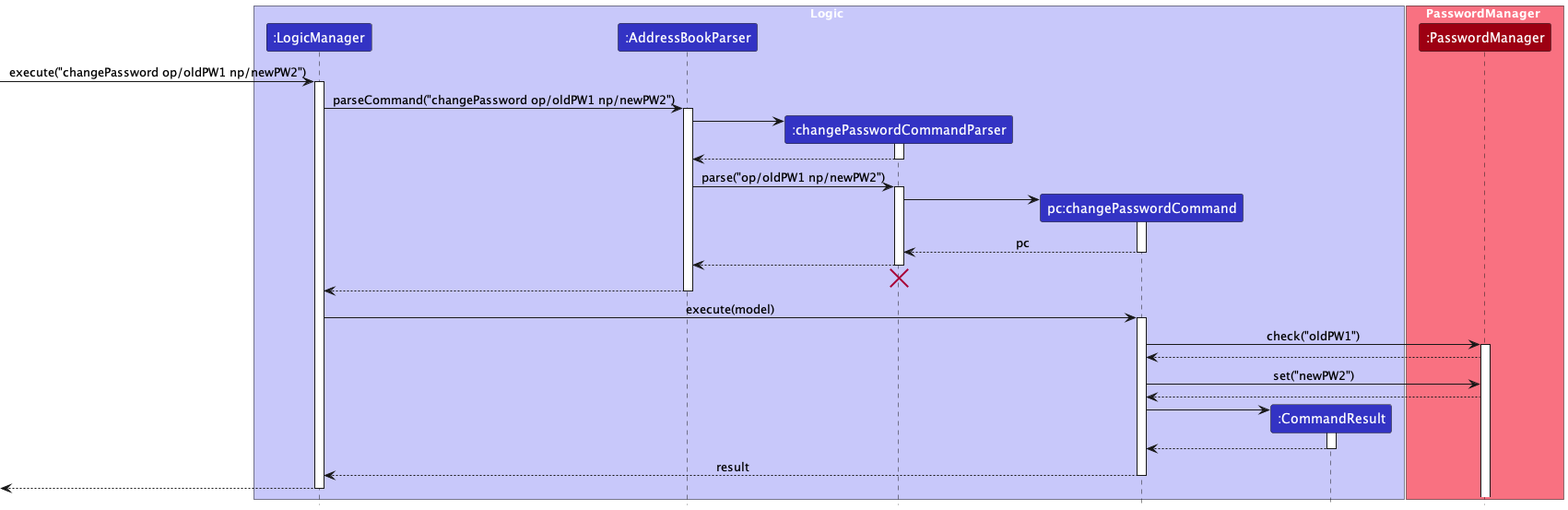
Above: diagrams/ChangePasswordSequenceDiagram.png in AY2324S1-CS2103-W14-1/tp (PlantUML), before the change. Source of this version:
```plantuml
@startuml
!include style.puml
skinparam ArrowFontStyle plain

box Logic LOGIC_COLOR_T1
participant ":LogicManager" as LogicManager LOGIC_COLOR
participant ":AddressBookParser" as AddressBookParser LOGIC_COLOR
participant ":changePasswordCommandParser" as changePasswordCommandParser LOGIC_COLOR
participant "pc:changePasswordCommand" as changePasswordCommand LOGIC_COLOR
participant ":CommandResult" as CommandResult LOGIC_COLOR
end box

box PasswordManager MODEL_COLOR_T1
participant ":PasswordManager" as PasswordManager MODEL_COLOR
end box

[-> LogicManager : execute("changePassword op/oldPW1 np/newPW2")
activate LogicManager

LogicManager -> AddressBookParser : parseCommand("changePassword op/oldPW1 np/newPW2")
activate AddressBookParser

create changePasswordCommandParser
AddressBookParser -> changePasswordCommandParser
activate changePasswordCommandParser

changePasswordCommandParser --> AddressBookParser
deactivate changePasswordCommandParser

AddressBookParser -> changePasswordCommandParser : parse("op/oldPW1 np/newPW2")
activate changePasswordCommandParser

create changePasswordCommand
changePasswordCommandParser -> changePasswordCommand
activate changePasswordCommand

changePasswordCommand --> changePasswordCommandParser : pc
deactivate changePasswordCommand

changePasswordCommandParser --> AddressBookParser
deactivate changePasswordCommandParser
changePasswordCommandParser -[hidden]-> AddressBookParser
destroy changePasswordCommandParser

AddressBookParser --> LogicManager
deactivate AddressBookParser

LogicManager -> changePasswordCommand : execute(model)
activate changePasswordCommand

changePasswordCommand -> PasswordManager : check("oldPW1")
activate PasswordManager

PasswordManager --> changePasswordCommand

changePasswordCommand -> PasswordManager : set("newPW2")

PasswordManager --> changePasswordCommand

create CommandResult
changePasswordCommand -> CommandResult
activate CommandResult

CommandResult --> changePasswordCommand
deactivate CommandResult

changePasswordCommand --> LogicManager : result
deactivate changePasswordCommand

[<--LogicManager
deactivate LogicManager
@enduml
```
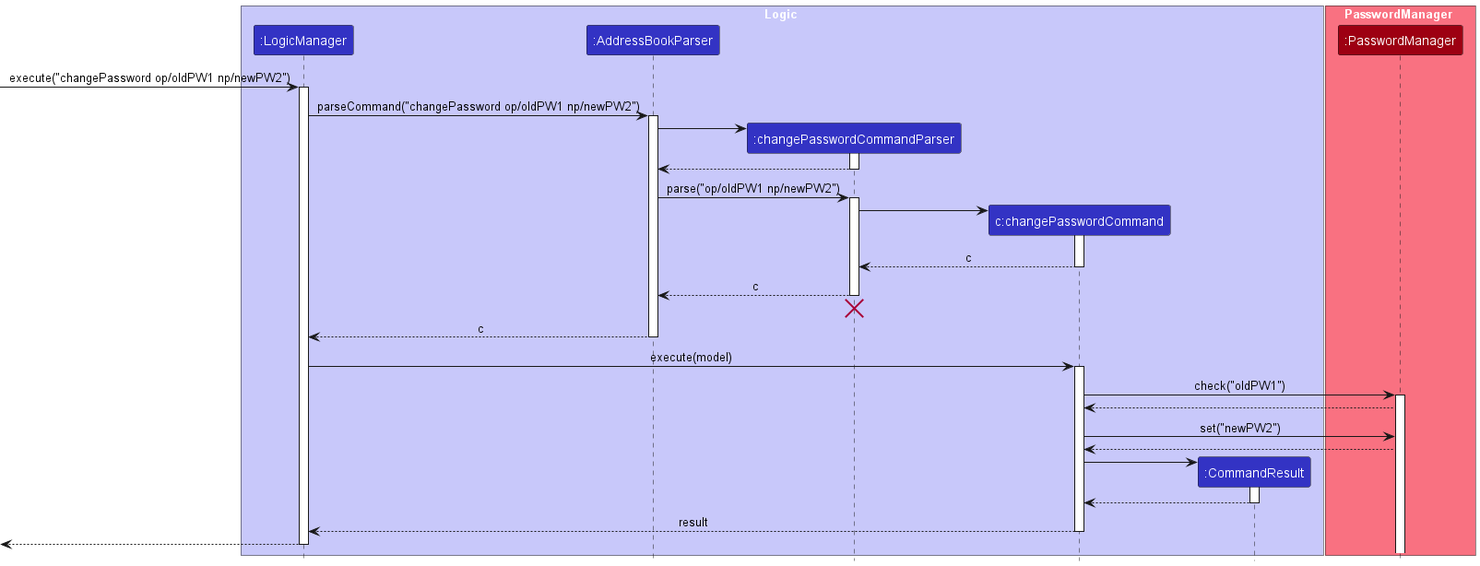
After the commit.

Diff of the diagram source:
```diff
@@ -6,7 +6,7 @@
 participant ":LogicManager" as LogicManager LOGIC_COLOR
 participant ":AddressBookParser" as AddressBookParser LOGIC_COLOR
 participant ":changePasswordCommandParser" as changePasswordCommandParser LOGIC_COLOR
-participant "pc:changePasswordCommand" as changePasswordCommand LOGIC_COLOR
+participant "c:changePasswordCommand" as changePasswordCommand LOGIC_COLOR
 participant ":CommandResult" as CommandResult LOGIC_COLOR
 end box
 
@@ -34,15 +34,15 @@
 changePasswordCommandParser -> changePasswordCommand
 activate changePasswordCommand
 
-changePasswordCommand --> changePasswordCommandParser : pc
+changePasswordCommand --> changePasswordCommandParser : c
 deactivate changePasswordCommand
 
-changePasswordCommandParser --> AddressBookParser
+changePasswordCommandParser --> AddressBookParser : c
 deactivate changePasswordCommandParser
 changePasswordCommandParser -[hidden]-> AddressBookParser
 destroy changePasswordCommandParser
 
-AddressBookParser --> LogicManager
+AddressBookParser --> LogicManager : c
 deactivate AddressBookParser
 
 LogicManager -> changePasswordCommand : execute(model)
```
